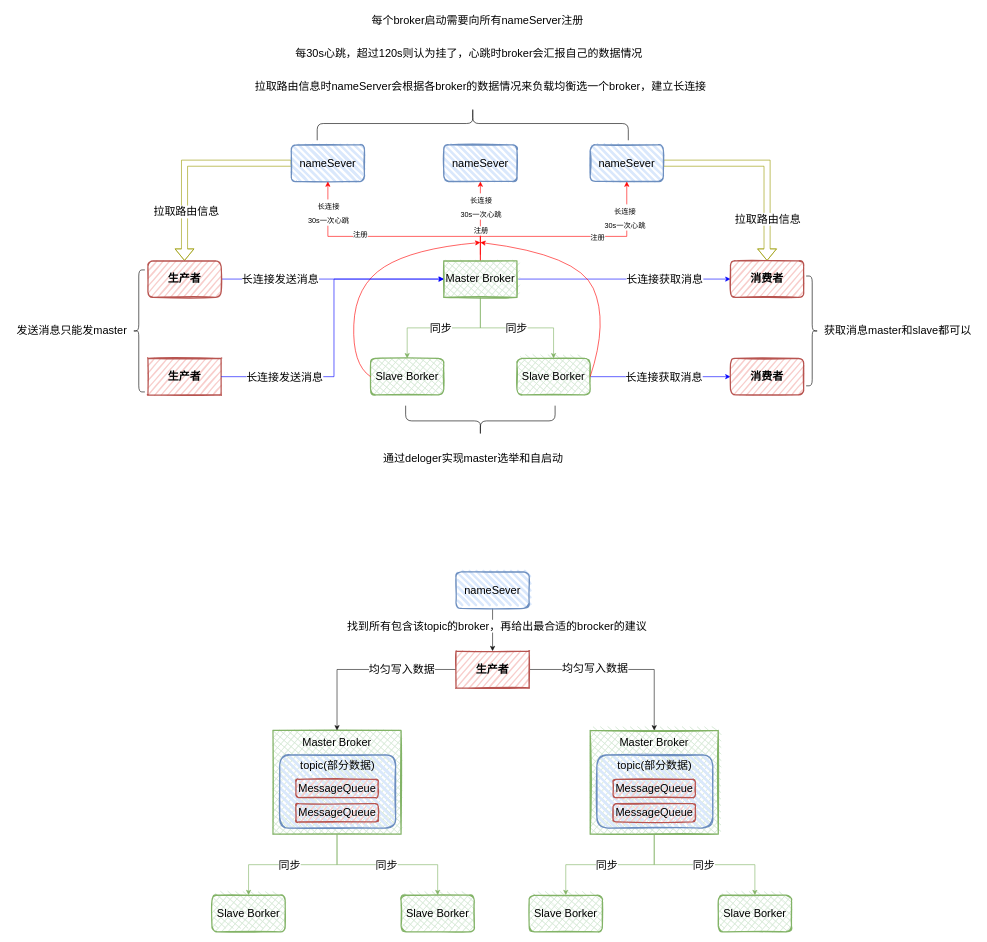
This is RocketMq图解.drawio from maqibo/draw, a draw.io file, before an edit. Source tidied: cells renumbered, new cells numbered last; positions are measured from the earlier drawing's top-left corner, leaving out a move shared by most shapes. Both pictures are drawn from the tidied source at 61%, with x=0, y=0 at pixel (10, -32).
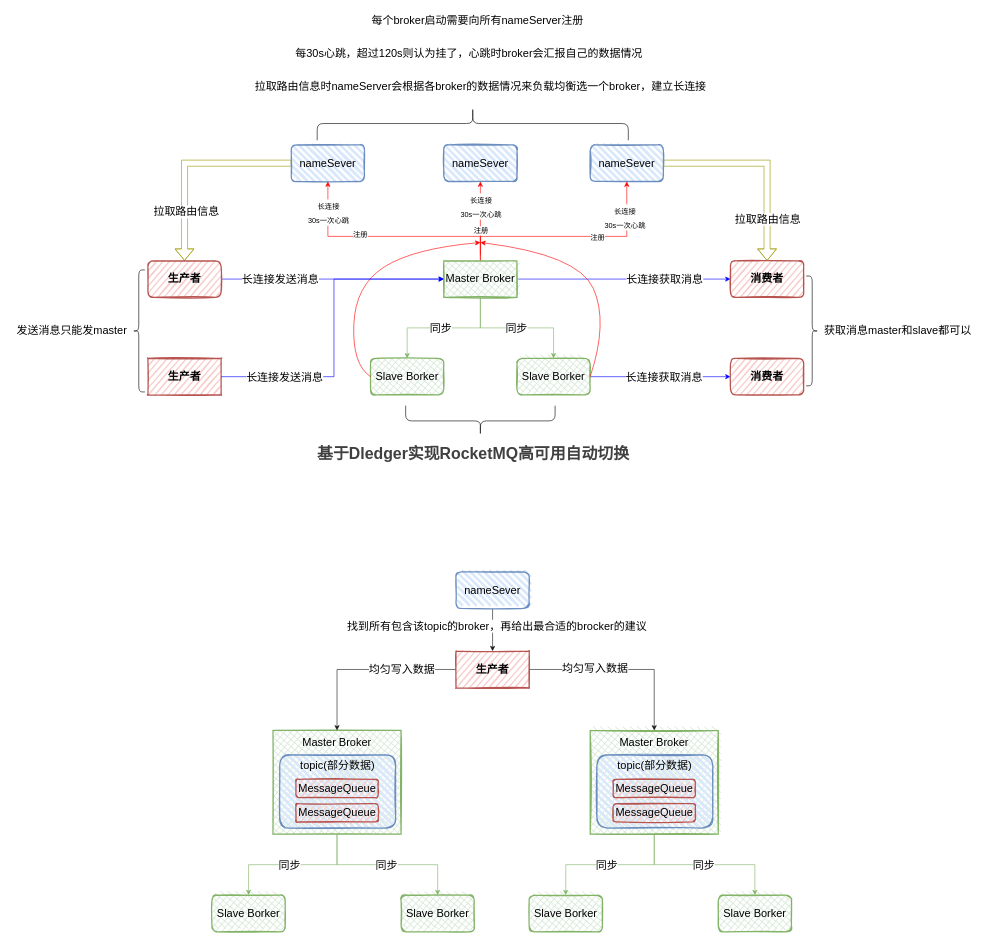
The same page after the edit.

What changed in the source:
```diff
@@
-    <mxCell id="48" value="通过deloger实现master选举和自启动" style="text;html=1;align=center;verticalAlign=middle;strokeColor=none;fillColor=none;fontSize=18;" parent="1" vertex="1">
-      <mxGeometry x="602.5" y="790" width="310" height="30" as="geometry" />
+    <mxCell id="48" value="&lt;h1 style=&quot;box-sizing: border-box ; margin-top: 0px ; margin-bottom: 16px ; color: rgb(64 , 64 , 64) ; font-size: 26px ; font-family: , &amp;#34;system-ui&amp;#34; , &amp;#34;apple color emoji&amp;#34; , &amp;#34;segoe ui emoji&amp;#34; , &amp;#34;segoe ui symbol&amp;#34; , &amp;#34;segoe ui&amp;#34; , &amp;#34;pingfang sc&amp;#34; , &amp;#34;hiragino sans gb&amp;#34; , &amp;#34;microsoft yahei&amp;#34; , &amp;#34;helvetica neue&amp;#34; , &amp;#34;helvetica&amp;#34; , &amp;#34;arial&amp;#34; , sans-serif ; background-color: rgb(255 , 255 , 255)&quot;&gt;基于Dledger实现RocketMQ高可用自动切换&lt;/h1&gt;" style="text;html=1;align=center;verticalAlign=middle;strokeColor=none;fillColor=none;fontSize=18;" parent="1" vertex="1">
+      <mxGeometry x="492.5" y="785" width="530" height="40" as="geometry" />
     </mxCell>
```
